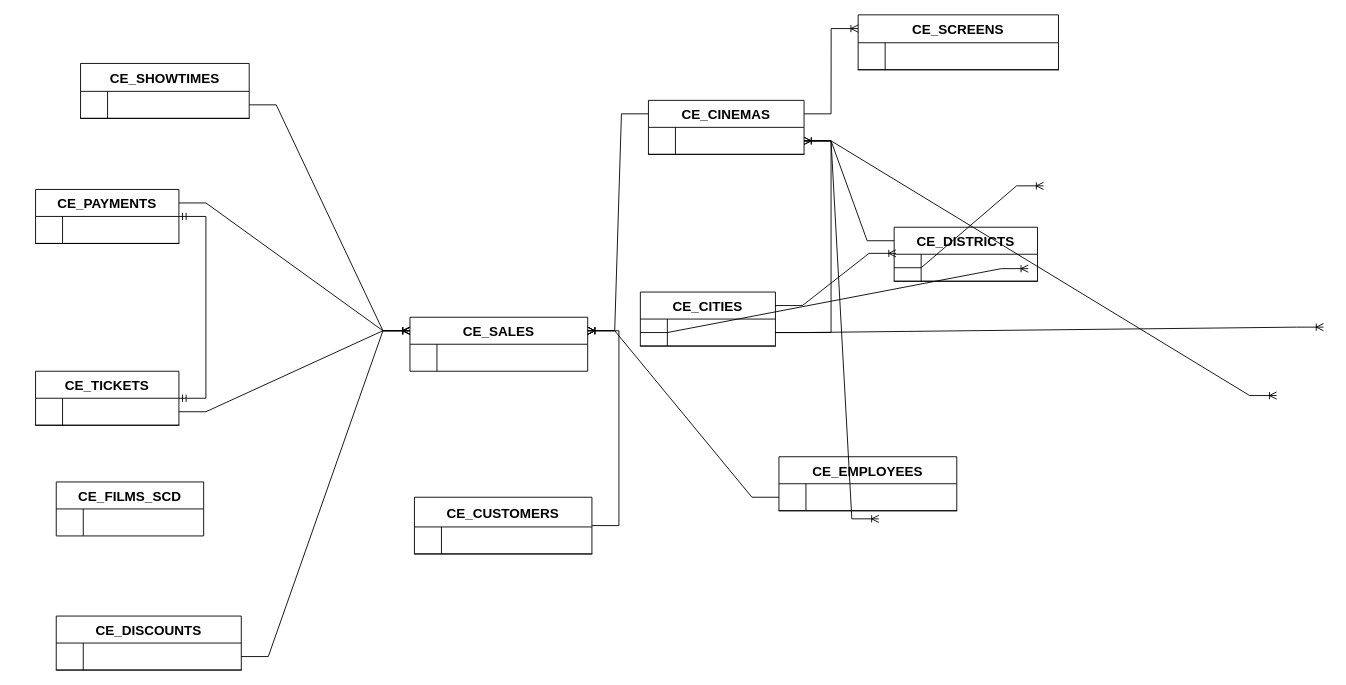
This is Untitled Diagram.drawio from GiorgiEz/DB-modeling, a draw.io file, before an edit. Source tidied: cells renumbered, new cells numbered last; positions are measured from the earlier drawing's top-left corner, leaving out a move shared by most shapes. Both pictures are drawn from the tidied source at 90%, with x=0, y=0 at pixel (2, 14).
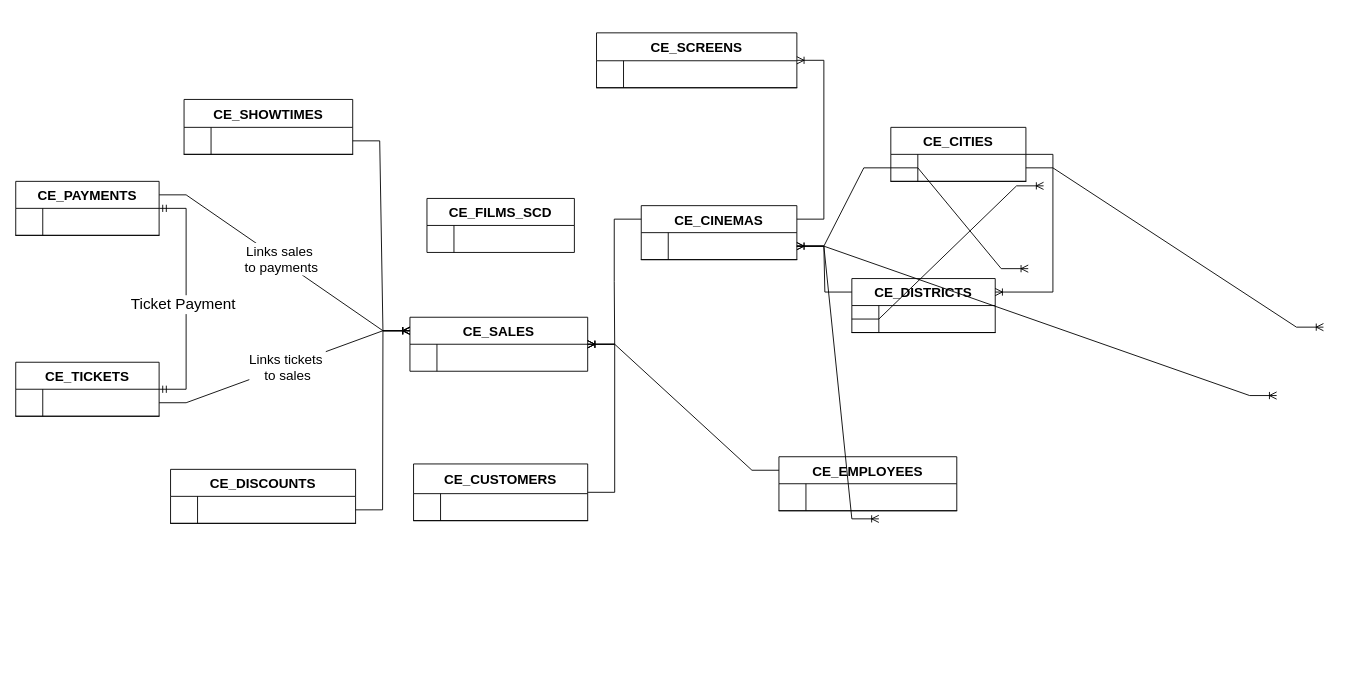
Above is the later version.

The change refers to these unchanged cells:
```xml
<mxCell id="18" value="CE_EMPLOYEES" style="shape=table;startSize=30;childLayout=tableLayout;rowLines=0;fontStyle=1;align=center;fontSize=15;" parent="1" vertex="1">
  <mxGeometry x="863" y="491" width="197.6" height="60" as="geometry" />
</mxCell>
<mxCell id="19" style="shape=partialRectangle;fillColor=none;points=[[0,0.5],[1,0.5]];portConstraint=eastwest;top=0;left=0;right=0;bottom=1;" parent="18" vertex="1">
  <mxGeometry y="30" width="197.6" height="30" as="geometry" />
</mxCell>
<mxCell id="26" value="CE_SALES" style="shape=table;startSize=30;childLayout=tableLayout;rowLines=0;fontStyle=1;align=center;fontSize=15;" parent="1" vertex="1">
  <mxGeometry x="453" y="336" width="197.5" height="60" as="geometry" />
</mxCell>
<mxCell id="31" style="edgeStyle=entityRelationEdgeStyle;fontSize=12;html=1;endArrow=ERoneToMany;rounded=0;entryX=0;entryY=0.25;entryDx=0;entryDy=0;exitX=1;exitY=0.25;exitDx=0;exitDy=0;" parent="1" edge="1" source="59" target="26">
  <mxGeometry relative="1" as="geometry">
    <Array as="points">
      <mxPoint x="243" y="501" />
      <mxPoint x="307" y="536" />
      <mxPoint x="222" y="509" />
      <mxPoint x="221" y="506" />
    </Array>
  </mxGeometry>
</mxCell>
<mxCell id="32" style="edgeStyle=entityRelationEdgeStyle;fontSize=12;html=1;endArrow=ERoneToMany;rounded=0;exitX=1;exitY=0.5;exitDx=0;exitDy=0;entryX=0;entryY=0.25;entryDx=0;entryDy=0;" parent="1" edge="1" source="15" target="26">
  <mxGeometry relative="1" as="geometry">
    <Array as="points">
      <mxPoint x="253" y="511" />
      <mxPoint x="317" y="546" />
      <mxPoint x="232" y="519" />
      <mxPoint x="231" y="516" />
    </Array>
  </mxGeometry>
</mxCell>
<mxCell id="42" style="shape=partialRectangle;fillColor=none;points=[[0,0.5],[1,0.5]];portConstraint=eastwest;top=0;left=0;right=0;bottom=1;" parent="41" vertex="1">
  <mxGeometry y="30" width="159.3" height="30" as="geometry" />
</mxCell>
<mxCell id="53" style="edgeStyle=entityRelationEdgeStyle;fontSize=12;html=1;endArrow=ERmandOne;startArrow=ERmandOne;rounded=0;" parent="1" edge="1" source="14" target="59">
  <mxGeometry relative="1" as="geometry">
    <Array as="points">
      <mxPoint y="317" />
    </Array>
  </mxGeometry>
</mxCell>
```

The edit, as a diff of the source:
```diff
@@
     <mxCell id="2" value="CE_FILMS_SCD" style="shape=table;startSize=30;childLayout=tableLayout;rowLines=0;fontStyle=1;align=center;fontSize=15;" parent="1" vertex="1">
-      <mxGeometry x="60" y="519" width="163.8" height="60" as="geometry" />
+      <mxGeometry x="471.9" y="204" width="163.8" height="60" as="geometry" />
     </mxCell>
@@
     <mxCell id="6" value="CE_CINEMAS" style="shape=table;startSize=30;childLayout=tableLayout;rowLines=0;fontStyle=1;align=center;fontSize=15;" parent="1" vertex="1">
-      <mxGeometry x="718" y="95" width="172.9" height="60" as="geometry" />
+      <mxGeometry x="710" y="212" width="172.9" height="60" as="geometry" />
     </mxCell>
@@
     <mxCell id="10" value="CE_DISCOUNTS" style="shape=table;startSize=30;childLayout=tableLayout;rowLines=0;fontStyle=1;align=center;fontSize=15;" parent="1" vertex="1">
-      <mxGeometry x="60" y="668" width="205.6" height="60" as="geometry" />
+      <mxGeometry x="187" y="505" width="205.6" height="60" as="geometry" />
     </mxCell>
@@
     <mxCell id="14" value="CE_TICKETS" style="shape=table;startSize=30;childLayout=tableLayout;rowLines=0;fontStyle=1;align=center;fontSize=15;" parent="1" vertex="1">
-      <mxGeometry x="37" y="396" width="159.3" height="60" as="geometry" />
+      <mxGeometry x="15" y="386" width="159.3" height="60" as="geometry" />
     </mxCell>
@@
     <mxCell id="22" value="CE_CUSTOMERS" style="shape=table;startSize=33;childLayout=tableLayout;rowLines=0;fontStyle=1;align=center;fontSize=15;" parent="1" vertex="1">
-      <mxGeometry x="458" y="536" width="197.2" height="63" as="geometry" />
+      <mxGeometry x="457" y="499" width="193.5" height="63" as="geometry" />
     </mxCell>
     <mxCell id="23" style="shape=partialRectangle;fillColor=none;top=0;left=0;right=0;bottom=1;" parent="22" vertex="1">
-      <mxGeometry y="33" width="197.2" height="30" as="geometry" />
+      <mxGeometry y="33" width="193.5" height="30" as="geometry" />
     </mxCell>
@@
     <mxCell id="25" style="shape=partialRectangle;overflow=hidden;fillColor=none;top=0;left=0;bottom=0;right=0;align=left;spacingLeft=6;fontStyle=5;" parent="23" vertex="1">
-      <mxGeometry x="30" width="167.2" height="30" as="geometry" />
+      <mxGeometry x="30" width="163.5" height="30" as="geometry" />
     </mxCell>
@@
-    <mxCell id="30" style="edgeStyle=entityRelationEdgeStyle;fontSize=12;html=1;endArrow=ERoneToMany;rounded=0;exitX=0;exitY=0.25;exitDx=0;exitDy=0;entryX=1;entryY=0.25;entryDx=0;entryDy=0;" parent="1" edge="1" source="6" target="26">
+    <mxCell id="30" style="edgeStyle=entityRelationEdgeStyle;fontSize=12;html=1;endArrow=ERoneToMany;rounded=0;exitX=0;exitY=0.25;exitDx=0;exitDy=0;" parent="1" edge="1" source="6" target="26">
       <mxGeometry relative="1" as="geometry">
         <Array as="points">
           <mxPoint x="233" y="491" />
           <mxPoint x="297" y="526" />
           <mxPoint x="212" y="499" />
           <mxPoint x="211" y="496" />
         </Array>
       </mxGeometry>
     </mxCell>
@@
+    <mxCell id="67" value="&lt;font style=&quot;font-size: 15px;&quot;&gt;Links sales&amp;nbsp;&lt;/font&gt;&lt;div&gt;&lt;font style=&quot;font-size: 15px;&quot;&gt;to payments&lt;/font&gt;&lt;/div&gt;" style="edgeLabel;html=1;align=center;verticalAlign=middle;" parent="31" vertex="1">
+      <mxGeometry x="-0.04" y="2" relative="1" as="geometry">
+        <mxPoint y="1" as="offset" />
+      </mxGeometry>
+    </mxCell>
@@
+    <mxCell id="68" value="&lt;font style=&quot;font-size: 15px;&quot;&gt;Links tickets&amp;nbsp;&lt;/font&gt;&lt;div&gt;&lt;font style=&quot;font-size: 15px;&quot;&gt;to sales&lt;/font&gt;&lt;/div&gt;" style="edgeLabel;html=1;align=center;verticalAlign=middle;" parent="32" vertex="1">
+      <mxGeometry x="0.02" relative="1" as="geometry" />
+    </mxCell>
@@
-    <mxCell id="34" style="edgeStyle=entityRelationEdgeStyle;fontSize=12;html=1;endArrow=ERoneToMany;rounded=0;exitX=0;exitY=0.5;exitDx=0;exitDy=0;entryX=1;entryY=0.25;entryDx=0;entryDy=0;" parent="1" edge="1" source="19" target="26">
+    <mxCell id="34" style="edgeStyle=entityRelationEdgeStyle;fontSize=12;html=1;endArrow=ERoneToMany;rounded=0;exitX=0;exitY=0.25;exitDx=0;exitDy=0;" parent="1" edge="1" source="18" target="26">
       <mxGeometry relative="1" as="geometry">
         <Array as="points">
           <mxPoint x="273" y="531" />
           <mxPoint x="846" y="646" />
           <mxPoint x="832" y="636" />
           <mxPoint x="337" y="566" />
           <mxPoint x="252" y="539" />
           <mxPoint x="251" y="536" />
         </Array>
       </mxGeometry>
     </mxCell>
-    <mxCell id="35" style="edgeStyle=entityRelationEdgeStyle;fontSize=12;html=1;endArrow=ERoneToMany;rounded=0;entryX=1;entryY=0.25;entryDx=0;entryDy=0;" parent="1" edge="1" source="22" target="26">
+    <mxCell id="35" style="edgeStyle=entityRelationEdgeStyle;fontSize=12;html=1;endArrow=ERoneToMany;rounded=0;" parent="1" edge="1" source="22" target="26">
       <mxGeometry relative="1" as="geometry">
         <Array as="points">
           <mxPoint x="283" y="541" />
           <mxPoint x="347" y="576" />
           <mxPoint x="262" y="549" />
           <mxPoint x="261" y="546" />
         </Array>
       </mxGeometry>
     </mxCell>
@@
     <mxCell id="37" value="CE_CITIES" style="shape=table;startSize=30;childLayout=tableLayout;rowLines=0;fontStyle=1;align=center;fontSize=15;" parent="1" vertex="1">
-      <mxGeometry x="709" y="308" width="150.1" height="60" as="geometry" />
+      <mxGeometry x="987.3" y="125" width="150.1" height="60" as="geometry" />
     </mxCell>
@@
     <mxCell id="41" value="CE_DISTRICTS" style="shape=table;startSize=30;childLayout=tableLayout;rowLines=0;fontStyle=1;align=center;fontSize=15;" parent="1" vertex="1">
-      <mxGeometry x="991" y="236" width="159.3" height="60" as="geometry" />
+      <mxGeometry x="944" y="293" width="159.3" height="60" as="geometry" />
     </mxCell>
@@
     <mxCell id="46" value="CE_SHOWTIMES" style="shape=table;startSize=31;childLayout=tableLayout;rowLines=0;fontStyle=1;align=center;fontSize=15;" parent="1" vertex="1">
-      <mxGeometry x="87" y="54" width="187.4" height="61" as="geometry" />
+      <mxGeometry x="202" y="94" width="187.4" height="61" as="geometry" />
     </mxCell>
@@
+    <mxCell id="69" value="&lt;span style=&quot;font-size: 17px;&quot;&gt;Ticket Payment&lt;/span&gt;" style="edgeLabel;html=1;align=center;verticalAlign=middle;" parent="53" vertex="1">
+      <mxGeometry x="-0.04" y="4" relative="1" as="geometry" />
+    </mxCell>
     <mxCell id="54" value="CE_SCREENS" style="shape=table;startSize=31;childLayout=tableLayout;rowLines=0;fontStyle=1;align=center;fontSize=15;" parent="1" vertex="1">
-      <mxGeometry x="951" width="222.6" height="61" as="geometry" />
+      <mxGeometry x="660.3" y="20" width="222.6" height="61" as="geometry" />
     </mxCell>
@@
     <mxCell id="59" value="CE_PAYMENTS" style="shape=table;startSize=30;childLayout=tableLayout;rowLines=0;fontStyle=1;align=center;fontSize=15;" parent="1" vertex="1">
-      <mxGeometry x="37" y="194" width="159.3" height="60" as="geometry" />
+      <mxGeometry x="15" y="185" width="159.3" height="60" as="geometry" />
     </mxCell>
@@
-    <mxCell id="63" style="edgeStyle=entityRelationEdgeStyle;fontSize=12;html=1;endArrow=ERoneToMany;rounded=0;exitX=1;exitY=0.25;exitDx=0;exitDy=0;entryX=0;entryY=0.25;entryDx=0;entryDy=0;" parent="1" edge="1" source="6" target="54">
+    <mxCell id="63" style="edgeStyle=entityRelationEdgeStyle;fontSize=12;html=1;endArrow=ERoneToMany;rounded=0;exitX=1;exitY=0.25;exitDx=0;exitDy=0;" parent="1" edge="1" source="6" target="54">
       <mxGeometry relative="1" as="geometry">
         <Array as="points">
           <mxPoint x="243" y="501" />
           <mxPoint x="307" y="536" />
           <mxPoint x="222" y="509" />
           <mxPoint x="221" y="506" />
         </Array>
       </mxGeometry>
     </mxCell>
@@
-    <mxCell id="66" style="edgeStyle=entityRelationEdgeStyle;fontSize=12;html=1;endArrow=ERoneToMany;rounded=0;entryX=0.013;entryY=-0.033;entryDx=0;entryDy=0;entryPerimeter=0;exitX=1;exitY=0.25;exitDx=0;exitDy=0;" parent="1" edge="1" source="37" target="42">
+    <mxCell id="66" style="edgeStyle=entityRelationEdgeStyle;fontSize=12;html=1;endArrow=ERoneToMany;rounded=0;entryX=1;entryY=0.25;entryDx=0;entryDy=0;" parent="1" edge="1" source="37" target="41">
       <mxGeometry relative="1" as="geometry">
         <Array as="points">
           <mxPoint x="1291" y="41" />
           <mxPoint x="273" y="531" />
           <mxPoint x="337" y="562" />
           <mxPoint x="337" y="566" />
           <mxPoint x="252" y="539" />
           <mxPoint x="251" y="536" />
         </Array>
       </mxGeometry>
     </mxCell>
```
